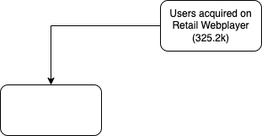
Before: T30 Funnel Analysis.png, a diagram exported from draw.io (suchit-raju/draw-io). Source tidied: cells renumbered, new cells last; positions are measured from the earlier drawing's top-left corner, leaving out a move shared by most shapes. Its diagram source:
```xml
<mxGraphModel>
  <root>
    <mxCell id="0" />
    <mxCell id="1" parent="0" />
    <mxCell id="2" style="edgeStyle=orthogonalEdgeStyle;rounded=0;jettySize=auto;html=1;" parent="1" edge="1" source="3" target="4">
      <mxGeometry relative="1" as="geometry" />
    </mxCell>
    <mxCell id="3" value="Users acquired on Retail Webplayer (325.2k)" style="rounded=1;whiteSpace=wrap;html=1;" parent="1" vertex="1">
      <mxGeometry x="190" width="120" height="60" as="geometry" />
    </mxCell>
    <mxCell id="4" style="whiteSpace=wrap;html=1;rounded=1;" parent="1" vertex="1">
      <mxGeometry y="100" width="120" height="60" as="geometry" />
    </mxCell>
  </root>
</mxGraphModel>
```
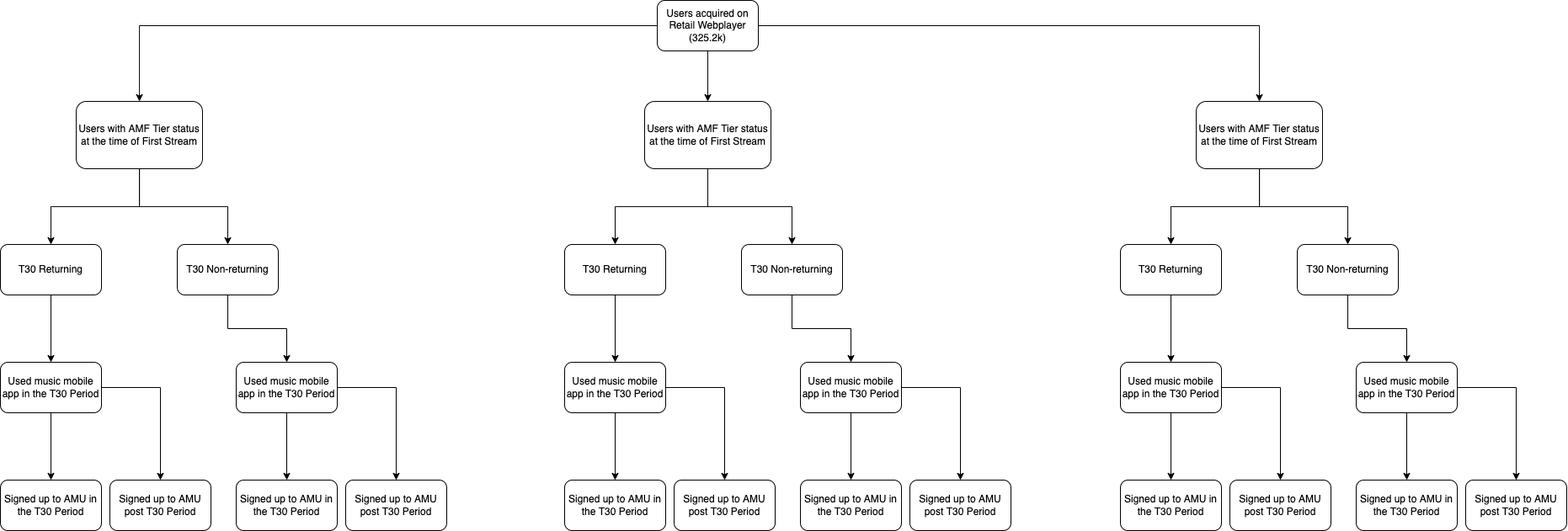
The same diagram one commit later.

Change to the diagram source:
```diff
@@ -5,11 +5,167 @@
     <mxCell id="2" style="edgeStyle=orthogonalEdgeStyle;rounded=0;jettySize=auto;html=1;" parent="1" edge="1" source="3" target="4">
       <mxGeometry relative="1" as="geometry" />
     </mxCell>
+    <mxCell id="5" style="edgeStyle=orthogonalEdgeStyle;rounded=0;jettySize=auto;html=1;exitX=0.5;exitY=1;exitDx=0;exitDy=0;entryX=0.5;entryY=0;entryDx=0;entryDy=0;" parent="1" edge="1" source="3" target="42">
+      <mxGeometry relative="1" as="geometry" />
+    </mxCell>
+    <mxCell id="6" style="edgeStyle=orthogonalEdgeStyle;rounded=0;jettySize=auto;html=1;exitX=1;exitY=0.5;exitDx=0;exitDy=0;entryX=0.5;entryY=0;entryDx=0;entryDy=0;" parent="1" edge="1" source="3" target="25">
+      <mxGeometry relative="1" as="geometry" />
+    </mxCell>
     <mxCell id="3" value="Users acquired on Retail Webplayer (325.2k)" style="rounded=1;whiteSpace=wrap;html=1;" parent="1" vertex="1">
-      <mxGeometry x="190" width="120" height="60" as="geometry" />
+      <mxGeometry x="690" y="-20" width="120" height="60" as="geometry" />
     </mxCell>
+    <mxCell id="7" style="edgeStyle=orthogonalEdgeStyle;rounded=0;jettySize=auto;html=1;" parent="1" edge="1" source="4" target="10">
+      <mxGeometry relative="1" as="geometry" />
+    </mxCell>
+    <mxCell id="8" style="edgeStyle=orthogonalEdgeStyle;rounded=0;jettySize=auto;html=1;" parent="1" edge="1" source="4" target="12">
+      <mxGeometry relative="1" as="geometry" />
+    </mxCell>
-    <mxCell id="4" style="whiteSpace=wrap;html=1;rounded=1;" parent="1" vertex="1">
-      <mxGeometry y="100" width="120" height="60" as="geometry" />
+    <mxCell id="4" value="Users with AMF Tier status at the time of First Stream" style="whiteSpace=wrap;html=1;rounded=1;" parent="1" vertex="1">
+      <mxGeometry y="100" width="150" height="80" as="geometry" />
     </mxCell>
+    <mxCell id="9" style="edgeStyle=orthogonalEdgeStyle;rounded=0;jettySize=auto;html=1;" parent="1" edge="1" source="10" target="15">
+      <mxGeometry relative="1" as="geometry" />
+    </mxCell>
+    <mxCell id="10" value="T30 Returning" style="whiteSpace=wrap;html=1;rounded=1;" parent="1" vertex="1">
+      <mxGeometry x="-90" y="270" width="120" height="60" as="geometry" />
+    </mxCell>
+    <mxCell id="11" style="edgeStyle=orthogonalEdgeStyle;rounded=0;jettySize=auto;html=1;exitX=0.5;exitY=1;exitDx=0;exitDy=0;entryX=0.5;entryY=0;entryDx=0;entryDy=0;" parent="1" edge="1" source="12" target="20">
+      <mxGeometry relative="1" as="geometry" />
+    </mxCell>
+    <mxCell id="12" value="T30 Non-returning" style="whiteSpace=wrap;html=1;rounded=1;" parent="1" vertex="1">
+      <mxGeometry x="120" y="270" width="120" height="60" as="geometry" />
+    </mxCell>
+    <mxCell id="13" style="edgeStyle=orthogonalEdgeStyle;rounded=0;jettySize=auto;html=1;" parent="1" edge="1" source="15" target="16">
+      <mxGeometry relative="1" as="geometry" />
+    </mxCell>
+    <mxCell id="14" style="edgeStyle=orthogonalEdgeStyle;rounded=0;jettySize=auto;html=1;" parent="1" edge="1" source="15" target="17">
+      <mxGeometry relative="1" as="geometry" />
+    </mxCell>
+    <mxCell id="15" value="Used music mobile app in the T30 Period" style="whiteSpace=wrap;html=1;rounded=1;" parent="1" vertex="1">
+      <mxGeometry x="-90" y="410" width="120" height="60" as="geometry" />
+    </mxCell>
+    <mxCell id="16" value="Signed up to AMU in the T30 Period" style="whiteSpace=wrap;html=1;rounded=1;" parent="1" vertex="1">
+      <mxGeometry x="-90" y="550" width="120" height="60" as="geometry" />
+    </mxCell>
+    <mxCell id="17" value="Signed up to AMU post T30 Period" style="whiteSpace=wrap;html=1;rounded=1;" parent="1" vertex="1">
+      <mxGeometry x="40" y="550" width="120" height="60" as="geometry" />
+    </mxCell>
+    <mxCell id="18" style="edgeStyle=orthogonalEdgeStyle;rounded=0;jettySize=auto;html=1;" parent="1" edge="1" source="20" target="21">
+      <mxGeometry relative="1" as="geometry" />
+    </mxCell>
+    <mxCell id="19" style="edgeStyle=orthogonalEdgeStyle;rounded=0;jettySize=auto;html=1;" parent="1" edge="1" source="20" target="22">
+      <mxGeometry relative="1" as="geometry" />
+    </mxCell>
+    <mxCell id="20" value="Used music mobile app in the T30 Period" style="whiteSpace=wrap;html=1;rounded=1;" parent="1" vertex="1">
+      <mxGeometry x="190" y="410" width="120" height="60" as="geometry" />
+    </mxCell>
+    <mxCell id="21" value="Signed up to AMU in the T30 Period" style="whiteSpace=wrap;html=1;rounded=1;" parent="1" vertex="1">
+      <mxGeometry x="190" y="550" width="120" height="60" as="geometry" />
+    </mxCell>
+    <mxCell id="22" value="Signed up to AMU post T30 Period" style="whiteSpace=wrap;html=1;rounded=1;" parent="1" vertex="1">
+      <mxGeometry x="320" y="550" width="120" height="60" as="geometry" />
+    </mxCell>
+    <mxCell id="23" style="edgeStyle=orthogonalEdgeStyle;rounded=0;jettySize=auto;html=1;" parent="1" edge="1" source="25" target="27">
+      <mxGeometry relative="1" as="geometry" />
+    </mxCell>
+    <mxCell id="24" style="edgeStyle=orthogonalEdgeStyle;rounded=0;jettySize=auto;html=1;" parent="1" edge="1" source="25" target="29">
+      <mxGeometry relative="1" as="geometry" />
+    </mxCell>
+    <mxCell id="25" value="Users with AMF Tier status at the time of First Stream" style="whiteSpace=wrap;html=1;rounded=1;" parent="1" vertex="1">
+      <mxGeometry x="1330" y="100" width="150" height="80" as="geometry" />
+    </mxCell>
+    <mxCell id="26" style="edgeStyle=orthogonalEdgeStyle;rounded=0;jettySize=auto;html=1;" parent="1" edge="1" source="27" target="32">
+      <mxGeometry relative="1" as="geometry" />
+    </mxCell>
+    <mxCell id="27" value="T30 Returning" style="whiteSpace=wrap;html=1;rounded=1;" parent="1" vertex="1">
+      <mxGeometry x="1240" y="270" width="120" height="60" as="geometry" />
+    </mxCell>
+    <mxCell id="28" style="edgeStyle=orthogonalEdgeStyle;rounded=0;jettySize=auto;html=1;exitX=0.5;exitY=1;exitDx=0;exitDy=0;entryX=0.5;entryY=0;entryDx=0;entryDy=0;" parent="1" edge="1" source="29" target="37">
+      <mxGeometry relative="1" as="geometry" />
+    </mxCell>
+    <mxCell id="29" value="T30 Non-returning" style="whiteSpace=wrap;html=1;rounded=1;" parent="1" vertex="1">
+      <mxGeometry x="1450" y="270" width="120" height="60" as="geometry" />
+    </mxCell>
+    <mxCell id="30" style="edgeStyle=orthogonalEdgeStyle;rounded=0;jettySize=auto;html=1;" parent="1" edge="1" source="32" target="33">
+      <mxGeometry relative="1" as="geometry" />
+    </mxCell>
+    <mxCell id="31" style="edgeStyle=orthogonalEdgeStyle;rounded=0;jettySize=auto;html=1;" parent="1" edge="1" source="32" target="34">
+      <mxGeometry relative="1" as="geometry" />
+    </mxCell>
+    <mxCell id="32" value="Used music mobile app in the T30 Period" style="whiteSpace=wrap;html=1;rounded=1;" parent="1" vertex="1">
+      <mxGeometry x="1240" y="410" width="120" height="60" as="geometry" />
+    </mxCell>
+    <mxCell id="33" value="Signed up to AMU in the T30 Period" style="whiteSpace=wrap;html=1;rounded=1;" parent="1" vertex="1">
+      <mxGeometry x="1240" y="550" width="120" height="60" as="geometry" />
+    </mxCell>
+    <mxCell id="34" value="Signed up to AMU post T30 Period" style="whiteSpace=wrap;html=1;rounded=1;" parent="1" vertex="1">
+      <mxGeometry x="1370" y="550" width="120" height="60" as="geometry" />
+    </mxCell>
+    <mxCell id="35" style="edgeStyle=orthogonalEdgeStyle;rounded=0;jettySize=auto;html=1;" parent="1" edge="1" source="37" target="38">
+      <mxGeometry relative="1" as="geometry" />
+    </mxCell>
+    <mxCell id="36" style="edgeStyle=orthogonalEdgeStyle;rounded=0;jettySize=auto;html=1;" parent="1" edge="1" source="37" target="39">
+      <mxGeometry relative="1" as="geometry" />
+    </mxCell>
+    <mxCell id="37" value="Used music mobile app in the T30 Period" style="whiteSpace=wrap;html=1;rounded=1;" parent="1" vertex="1">
+      <mxGeometry x="1520" y="410" width="120" height="60" as="geometry" />
+    </mxCell>
+    <mxCell id="38" value="Signed up to AMU in the T30 Period" style="whiteSpace=wrap;html=1;rounded=1;" parent="1" vertex="1">
+      <mxGeometry x="1520" y="550" width="120" height="60" as="geometry" />
+    </mxCell>
+    <mxCell id="39" value="Signed up to AMU post T30 Period" style="whiteSpace=wrap;html=1;rounded=1;" parent="1" vertex="1">
+      <mxGeometry x="1650" y="550" width="120" height="60" as="geometry" />
+    </mxCell>
+    <mxCell id="40" style="edgeStyle=orthogonalEdgeStyle;rounded=0;jettySize=auto;html=1;" parent="1" edge="1" source="42" target="44">
+      <mxGeometry relative="1" as="geometry" />
+    </mxCell>
+    <mxCell id="41" style="edgeStyle=orthogonalEdgeStyle;rounded=0;jettySize=auto;html=1;" parent="1" edge="1" source="42" target="46">
+      <mxGeometry relative="1" as="geometry" />
+    </mxCell>
+    <mxCell id="42" value="Users with AMF Tier status at the time of First Stream" style="whiteSpace=wrap;html=1;rounded=1;" parent="1" vertex="1">
+      <mxGeometry x="675" y="100" width="150" height="80" as="geometry" />
+    </mxCell>
+    <mxCell id="43" style="edgeStyle=orthogonalEdgeStyle;rounded=0;jettySize=auto;html=1;" parent="1" edge="1" source="44" target="49">
+      <mxGeometry relative="1" as="geometry" />
+    </mxCell>
+    <mxCell id="44" value="T30 Returning" style="whiteSpace=wrap;html=1;rounded=1;" parent="1" vertex="1">
+      <mxGeometry x="580" y="270" width="120" height="60" as="geometry" />
+    </mxCell>
+    <mxCell id="45" style="edgeStyle=orthogonalEdgeStyle;rounded=0;jettySize=auto;html=1;exitX=0.5;exitY=1;exitDx=0;exitDy=0;entryX=0.5;entryY=0;entryDx=0;entryDy=0;" parent="1" edge="1" source="46" target="54">
+      <mxGeometry relative="1" as="geometry" />
+    </mxCell>
+    <mxCell id="46" value="T30 Non-returning" style="whiteSpace=wrap;html=1;rounded=1;" parent="1" vertex="1">
+      <mxGeometry x="790" y="270" width="120" height="60" as="geometry" />
+    </mxCell>
+    <mxCell id="47" style="edgeStyle=orthogonalEdgeStyle;rounded=0;jettySize=auto;html=1;" parent="1" edge="1" source="49" target="50">
+      <mxGeometry relative="1" as="geometry" />
+    </mxCell>
+    <mxCell id="48" style="edgeStyle=orthogonalEdgeStyle;rounded=0;jettySize=auto;html=1;" parent="1" edge="1" source="49" target="51">
+      <mxGeometry relative="1" as="geometry" />
+    </mxCell>
+    <mxCell id="49" value="Used music mobile app in the T30 Period" style="whiteSpace=wrap;html=1;rounded=1;" parent="1" vertex="1">
+      <mxGeometry x="580" y="410" width="120" height="60" as="geometry" />
+    </mxCell>
+    <mxCell id="50" value="Signed up to AMU in the T30 Period" style="whiteSpace=wrap;html=1;rounded=1;" parent="1" vertex="1">
+      <mxGeometry x="580" y="550" width="120" height="60" as="geometry" />
+    </mxCell>
+    <mxCell id="51" value="Signed up to AMU post T30 Period" style="whiteSpace=wrap;html=1;rounded=1;" parent="1" vertex="1">
+      <mxGeometry x="710" y="550" width="120" height="60" as="geometry" />
+    </mxCell>
+    <mxCell id="52" style="edgeStyle=orthogonalEdgeStyle;rounded=0;jettySize=auto;html=1;" parent="1" edge="1" source="54" target="55">
+      <mxGeometry relative="1" as="geometry" />
+    </mxCell>
+    <mxCell id="53" style="edgeStyle=orthogonalEdgeStyle;rounded=0;jettySize=auto;html=1;" parent="1" edge="1" source="54" target="56">
+      <mxGeometry relative="1" as="geometry" />
+    </mxCell>
+    <mxCell id="54" value="Used music mobile app in the T30 Period" style="whiteSpace=wrap;html=1;rounded=1;" parent="1" vertex="1">
+      <mxGeometry x="860" y="410" width="120" height="60" as="geometry" />
+    </mxCell>
+    <mxCell id="55" value="Signed up to AMU in the T30 Period" style="whiteSpace=wrap;html=1;rounded=1;" parent="1" vertex="1">
+      <mxGeometry x="860" y="550" width="120" height="60" as="geometry" />
+    </mxCell>
+    <mxCell id="56" value="Signed up to AMU post T30 Period" style="whiteSpace=wrap;html=1;rounded=1;" parent="1" vertex="1">
+      <mxGeometry x="990" y="550" width="120" height="60" as="geometry" />
+    </mxCell>
   </root>
 </mxGraphModel>
```
